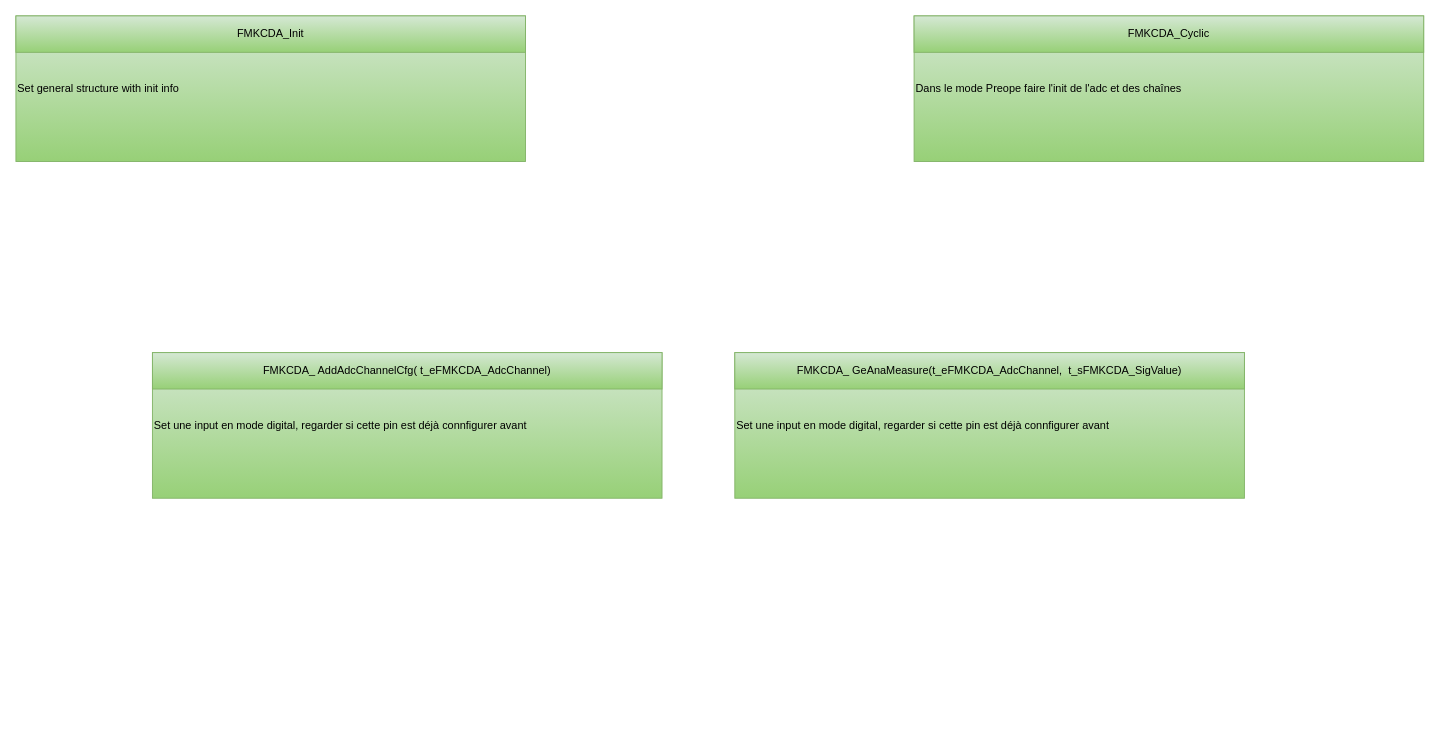
The draw.io diagram page "API" (3 of 9) of src/1_FMK/FMK_HAL/FMK_CDA/Doc/FMK_CDA.drawio in mbarbeau0545/Stm32PrjTpl, before the edit. Source tidied: cells renumbered, new cells numbered last; positions are measured from the earlier drawing's top-left corner, leaving out a move shared by most shapes. Both pictures are drawn from the tidied source at 91%, with x=0, y=0 at pixel (15, 15).
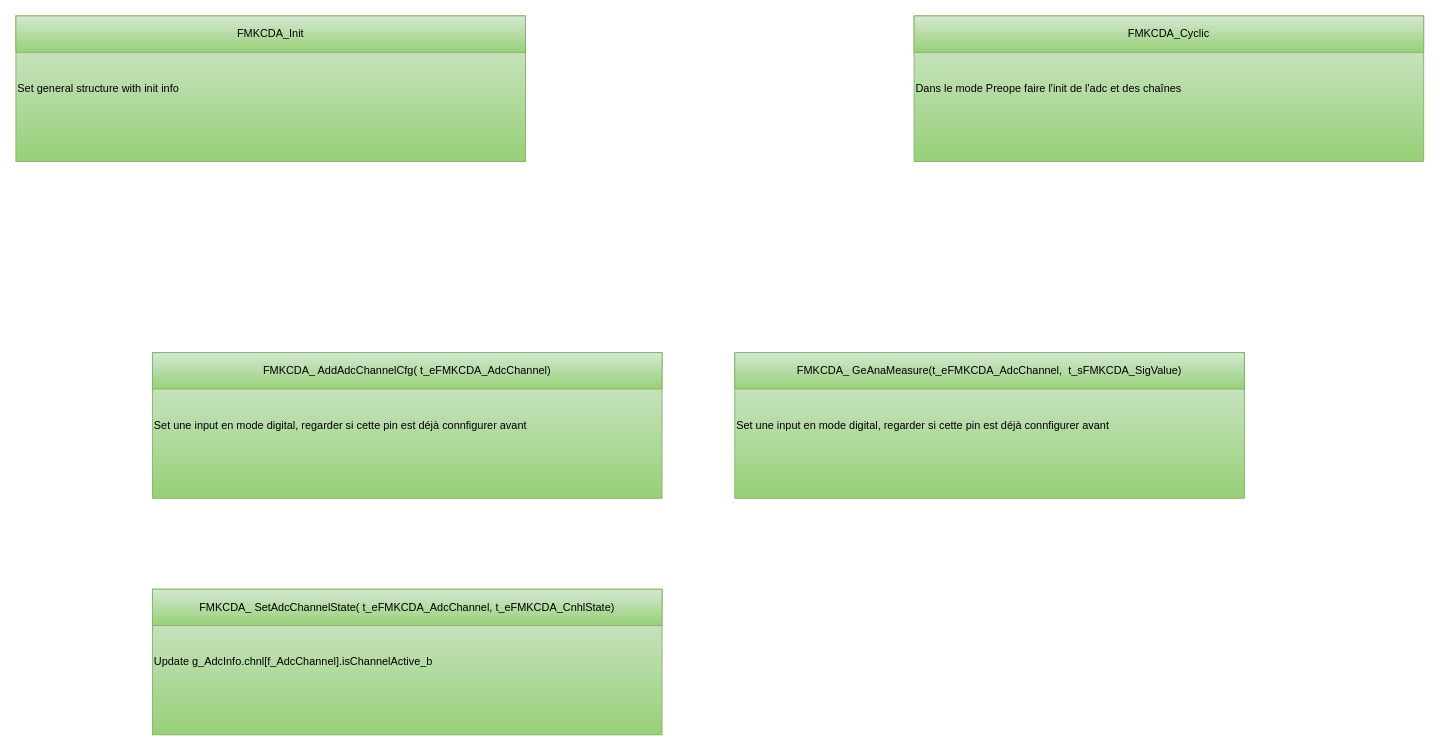
Above is the later version.

What changed in the source:
```diff
@@
 <mxGraphModel>
   <root>
     <mxCell id="0" />
     <mxCell id="1" parent="0" />
     <mxCell id="2" style="group;" parent="1" vertex="1">
       <mxGeometry x="150" y="370" width="560" height="160" as="geometry" />
     </mxCell>
     <mxCell id="3" value="Set une input en mode digital, regarder si cette pin est déjà connfigurer avant&amp;nbsp;" style="rounded=0;whiteSpace=wrap;html=1;fillColor=#d5e8d4;gradientColor=#97d077;strokeColor=#82b366;fontColor=#000000;align=left;" parent="2" vertex="1">
       <mxGeometry width="560" height="160" as="geometry" />
     </mxCell>
     <mxCell id="4" value="&lt;div style=&quot;text-align: left;&quot;&gt;&lt;span style=&quot;background-color: initial;&quot;&gt;FMK&lt;span style=&quot;text-wrap: nowrap;&quot;&gt;CDA_ AddAdcChannelCfg( t_eFMKCDA_AdcChannel&lt;/span&gt;&lt;/span&gt;&lt;span style=&quot;text-wrap: nowrap; background-color: initial;&quot;&gt;)&lt;/span&gt;&lt;br&gt;&lt;/div&gt;" style="rounded=0;whiteSpace=wrap;html=1;fillColor=#d5e8d4;gradientColor=#97d077;strokeColor=#82b366;fontColor=#000000;" parent="2" vertex="1">
       <mxGeometry width="560" height="40" as="geometry" />
     </mxCell>
     <mxCell id="5" style="group;" parent="1" vertex="1">
       <mxGeometry x="790" y="370" width="560" height="160" as="geometry" />
     </mxCell>
     <mxCell id="6" value="Set une input en mode digital, regarder si cette pin est déjà connfigurer avant&amp;nbsp;" style="rounded=0;whiteSpace=wrap;html=1;fillColor=#d5e8d4;gradientColor=#97d077;strokeColor=#82b366;fontColor=#000000;align=left;" parent="5" vertex="1">
       <mxGeometry width="560" height="160" as="geometry" />
     </mxCell>
     <mxCell id="7" value="&lt;div style=&quot;text-align: left;&quot;&gt;&lt;span style=&quot;background-color: initial;&quot;&gt;FMK&lt;span style=&quot;text-wrap: nowrap;&quot;&gt;CDA_ GeAnaMeasure(&lt;/span&gt;&lt;/span&gt;&lt;span style=&quot;text-wrap: nowrap;&quot;&gt;t_eFMKCDA_AdcChannel&lt;/span&gt;&lt;span style=&quot;background-color: initial;&quot;&gt;&lt;span style=&quot;text-wrap: nowrap;&quot;&gt;,&amp;nbsp;&amp;nbsp;&lt;/span&gt;&lt;/span&gt;&lt;span style=&quot;text-wrap: nowrap; background-color: initial;&quot;&gt;t&lt;/span&gt;&lt;span style=&quot;text-wrap: nowrap; background-color: initial;&quot;&gt;_sFMKCDA_SigValue&lt;/span&gt;&lt;span style=&quot;background-color: initial; text-wrap: nowrap;&quot;&gt;)&lt;/span&gt;&lt;/div&gt;" style="rounded=0;whiteSpace=wrap;html=1;fillColor=#d5e8d4;gradientColor=#97d077;strokeColor=#82b366;fontColor=#000000;" parent="5" vertex="1">
       <mxGeometry width="560" height="40" as="geometry" />
     </mxCell>
     <mxCell id="8" style="group;" parent="1" vertex="1">
       <mxGeometry x="987" width="560" height="160" as="geometry" />
     </mxCell>
     <mxCell id="9" value="Dans le mode Preope faire l'init de l'adc et des chaînes" style="rounded=0;whiteSpace=wrap;html=1;fillColor=#d5e8d4;gradientColor=#97d077;strokeColor=#82b366;fontColor=#000000;align=left;" parent="8" vertex="1">
       <mxGeometry width="560" height="160" as="geometry" />
     </mxCell>
     <mxCell id="10" value="FMKCDA_Cyclic" style="rounded=0;whiteSpace=wrap;html=1;fillColor=#d5e8d4;gradientColor=#97d077;strokeColor=#82b366;fontColor=#000000;" parent="8" vertex="1">
       <mxGeometry width="560" height="40" as="geometry" />
     </mxCell>
     <mxCell id="11" style="group;" parent="1" vertex="1">
       <mxGeometry width="560" height="160" as="geometry" />
     </mxCell>
     <mxCell id="12" value="Set general structure with init info&amp;nbsp;" style="rounded=0;whiteSpace=wrap;html=1;fillColor=#d5e8d4;gradientColor=#97d077;strokeColor=#82b366;fontColor=#000000;align=left;" parent="11" vertex="1">
       <mxGeometry width="560" height="160" as="geometry" />
     </mxCell>
     <mxCell id="13" value="FMKCDA_Init" style="rounded=0;whiteSpace=wrap;html=1;fillColor=#d5e8d4;gradientColor=#97d077;strokeColor=#82b366;fontColor=#000000;" parent="11" vertex="1">
       <mxGeometry width="560" height="40" as="geometry" />
     </mxCell>
+    <mxCell id="14" style="group;" parent="1" vertex="1">
+      <mxGeometry x="150" y="630" width="560" height="160" as="geometry" />
+    </mxCell>
+    <mxCell id="15" value="Update g_AdcInfo.chnl[f_AdcChannel].isChannelActive_b" style="rounded=0;whiteSpace=wrap;html=1;fillColor=#d5e8d4;gradientColor=#97d077;strokeColor=#82b366;fontColor=#000000;align=left;" parent="14" vertex="1">
+      <mxGeometry width="560" height="160" as="geometry" />
+    </mxCell>
+    <mxCell id="16" value="&lt;div style=&quot;text-align: left;&quot;&gt;&lt;span style=&quot;background-color: initial;&quot;&gt;FMK&lt;span style=&quot;text-wrap: nowrap;&quot;&gt;CDA_ SetAdcChannelState( t_eFMKCDA_AdcChannel, t_eFMKCDA_CnhlState&lt;/span&gt;&lt;/span&gt;&lt;span style=&quot;text-wrap: nowrap; background-color: initial;&quot;&gt;)&lt;/span&gt;&lt;br&gt;&lt;/div&gt;" style="rounded=0;whiteSpace=wrap;html=1;fillColor=#d5e8d4;gradientColor=#97d077;strokeColor=#82b366;fontColor=#000000;" parent="14" vertex="1">
+      <mxGeometry width="560" height="40" as="geometry" />
+    </mxCell>
   </root>
 </mxGraphModel>
```
